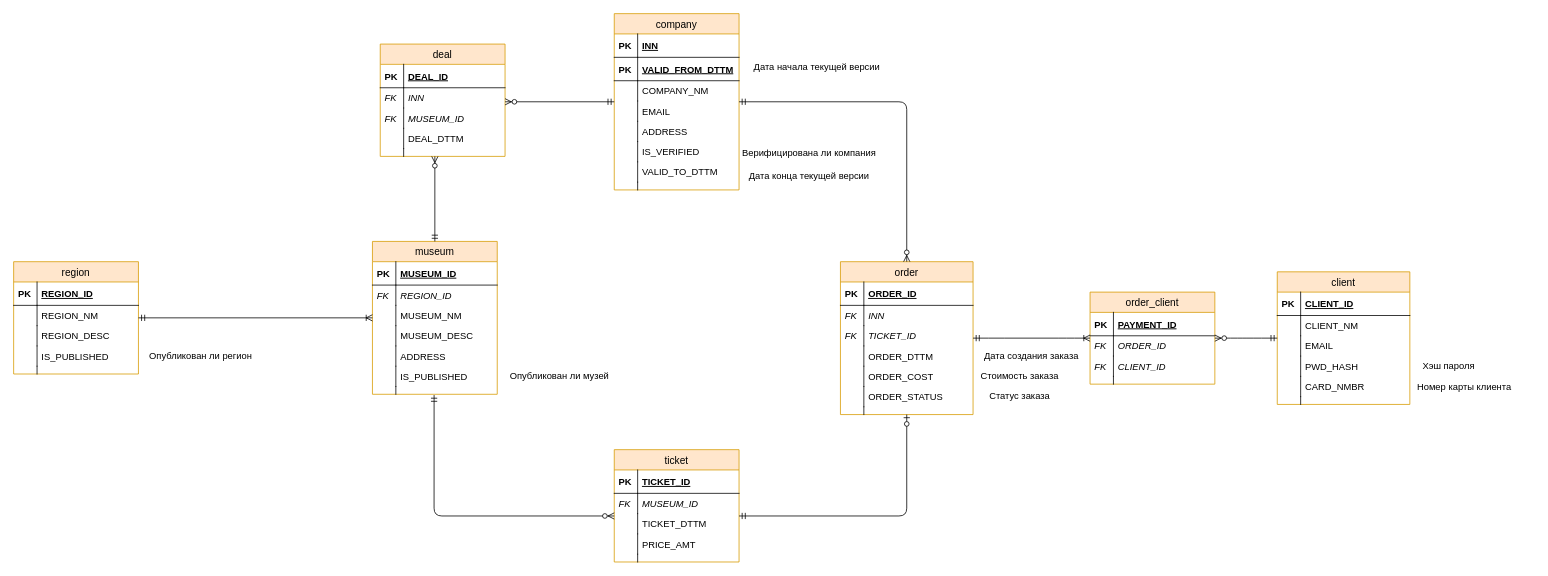
Before: LogicalModel.drawio in romanovsavelij/DatabaseCoursePractice, a draw.io diagram. Source tidied: cells renumbered, new cells numbered last; positions are measured from the earlier drawing's top-left corner, leaving out a move shared by most shapes. Both pictures are drawn from the tidied source at 78%, with x=0, y=0 at pixel (13, 13).
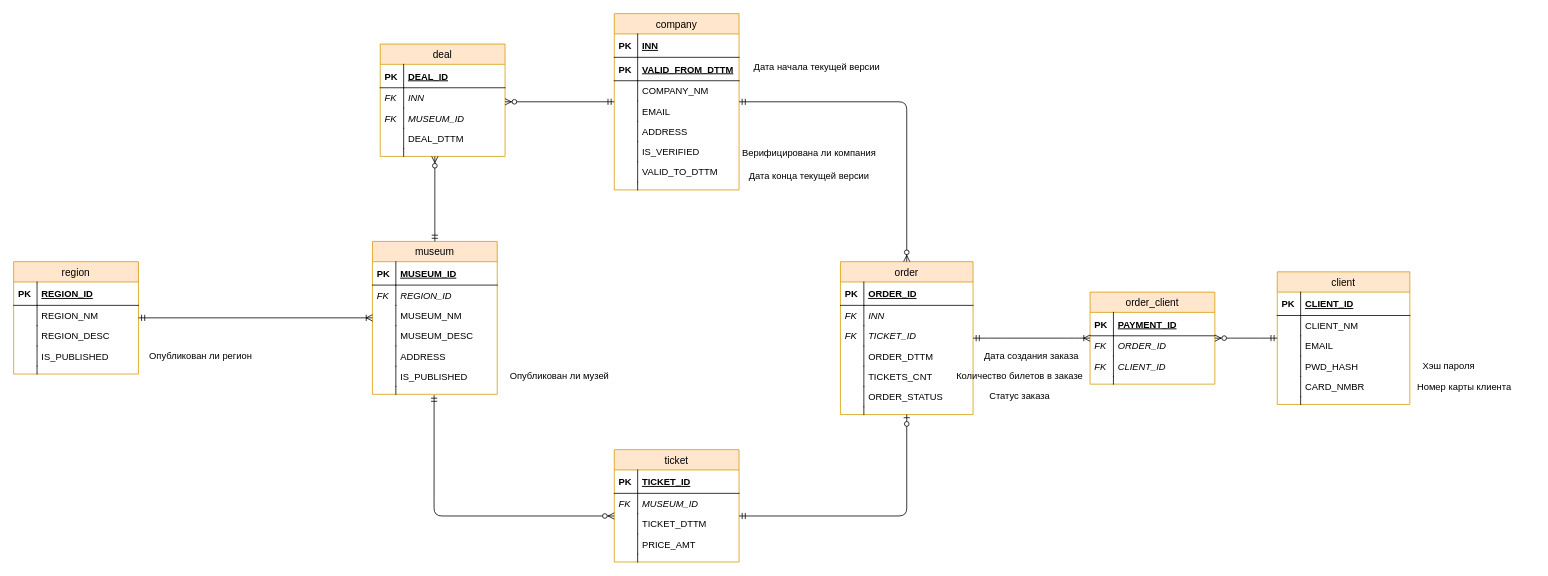
The same page after the edit.

Unchanged cells that the change refers to:
```xml
<mxCell id="57" value="order" style="swimlane;fontStyle=0;horizontal=1;startSize=26;fillColor=#ffe6cc;swimlaneFillColor=#ffffff;align=center;strokeWidth=1;fontSize=13;strokeColor=#d79b00;" parent="1" vertex="1">
  <mxGeometry x="1060" y="318" width="170" height="196" as="geometry" />
</mxCell>
```

The edit, as a diff of the source:
```diff
@@
-    <mxCell id="66" value="ORDER_COST" style="shape=partialRectangle;top=0;left=0;right=0;bottom=0;align=left;verticalAlign=top;fillColor=none;spacingLeft=34;spacingRight=4;overflow=hidden;" parent="57" vertex="1">
+    <mxCell id="66" value="TICKETS_CNT" style="shape=partialRectangle;top=0;left=0;right=0;bottom=0;align=left;verticalAlign=top;fillColor=none;spacingLeft=34;spacingRight=4;overflow=hidden;" parent="57" vertex="1">
       <mxGeometry y="134" width="170" height="26" as="geometry" />
     </mxCell>
@@
-    <mxCell id="119" value="Стоимость заказа" style="text;html=1;strokeColor=none;fillColor=none;align=center;verticalAlign=middle;whiteSpace=wrap;rounded=0;" parent="1" vertex="1">
+    <mxCell id="119" value="Количество билетов в заказе" style="text;html=1;strokeColor=none;fillColor=none;align=center;verticalAlign=middle;whiteSpace=wrap;rounded=0;" parent="1" vertex="1">
       <mxGeometry x="1200" y="455" width="180" height="20" as="geometry" />
     </mxCell>
```
